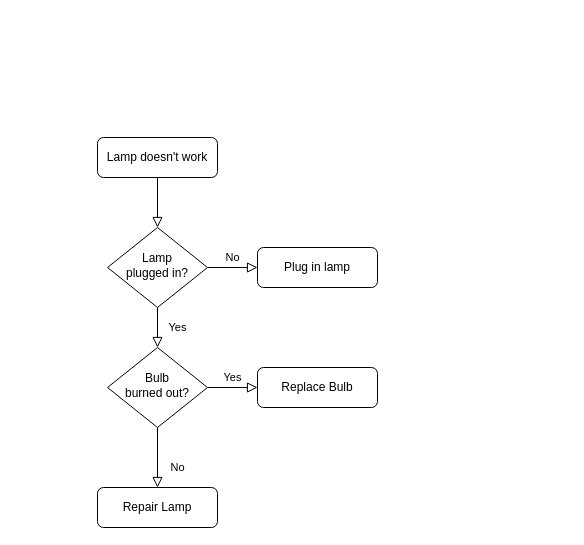
Earlier version of the draw.io diagram Planowanie.drawio (Robinxon/Planowanie-Android). Source tidied: cells renumbered, new cells numbered last; positions are measured from the earlier drawing's top-left corner, leaving out a move shared by most shapes. Both pictures are drawn from the tidied source at 100%, with x=0, y=0 at pixel (97, 137).
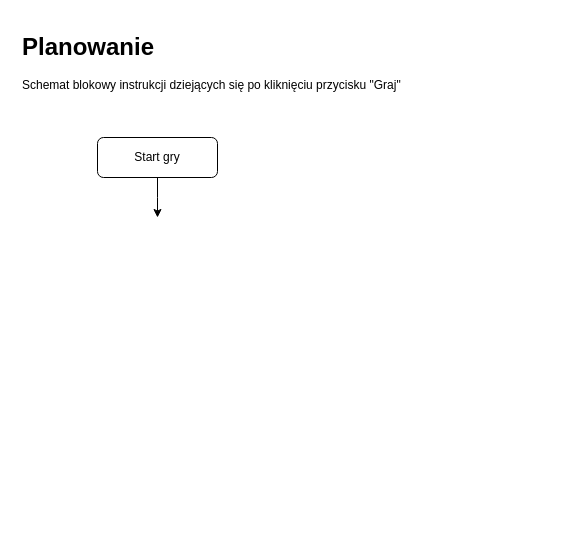
The same diagram, later.

What changed in the source:
```diff
@@
 <mxGraphModel>
   <root>
     <mxCell id="0" />
     <mxCell id="1" parent="0" />
-    <mxCell id="2" style="rounded=0;html=1;jettySize=auto;fontSize=11;endArrow=block;endFill=0;endSize=8;strokeWidth=1;shadow=0;labelBackgroundColor=none;edgeStyle=orthogonalEdgeStyle;" parent="1" edge="1" source="3" target="6">
-      <mxGeometry relative="1" as="geometry" />
-    </mxCell>
+    <mxCell id="13" style="edgeStyle=orthogonalEdgeStyle;rounded=0;jettySize=auto;html=1;exitX=0.5;exitY=1;exitDx=0;exitDy=0;entryX=0.5;entryY=0;entryDx=0;entryDy=0;" parent="1" edge="1" source="3">
+      <mxGeometry relative="1" as="geometry">
+        <mxPoint x="60" y="80" as="targetPoint" />
+      </mxGeometry>
+    </mxCell>
-    <mxCell id="3" value="Lamp doesn't work" style="rounded=1;whiteSpace=wrap;html=1;fontSize=12;glass=0;strokeWidth=1;shadow=0;" parent="1" vertex="1">
+    <mxCell id="3" value="Start gry" style="rounded=1;whiteSpace=wrap;html=1;fontSize=12;glass=0;strokeWidth=1;shadow=0;" parent="1" vertex="1">
       <mxGeometry width="120" height="40" as="geometry" />
     </mxCell>
-    <mxCell id="4" value="Yes" style="rounded=0;html=1;jettySize=auto;fontSize=11;endArrow=block;endFill=0;endSize=8;strokeWidth=1;shadow=0;labelBackgroundColor=none;edgeStyle=orthogonalEdgeStyle;" parent="1" edge="1" source="6" target="10">
-      <mxGeometry y="20" relative="1" as="geometry" />
-    </mxCell>
-    <mxCell id="5" value="No" style="edgeStyle=orthogonalEdgeStyle;rounded=0;html=1;jettySize=auto;fontSize=11;endArrow=block;endFill=0;endSize=8;strokeWidth=1;shadow=0;labelBackgroundColor=none;" parent="1" edge="1" source="6" target="7">
-      <mxGeometry y="10" relative="1" as="geometry" />
-    </mxCell>
-    <mxCell id="6" value="Lamp&lt;br&gt;plugged in?" style="rhombus;whiteSpace=wrap;html=1;shadow=0;fontFamily=Helvetica;fontSize=12;align=center;strokeWidth=1;spacing=6;spacingTop=-4;" parent="1" vertex="1">
-      <mxGeometry x="10" y="90" width="100" height="80" as="geometry" />
-    </mxCell>
-    <mxCell id="7" value="Plug in lamp" style="rounded=1;whiteSpace=wrap;html=1;fontSize=12;glass=0;strokeWidth=1;shadow=0;" parent="1" vertex="1">
-      <mxGeometry x="160" y="110" width="120" height="40" as="geometry" />
-    </mxCell>
-    <mxCell id="8" value="No" style="rounded=0;html=1;jettySize=auto;fontSize=11;endArrow=block;endFill=0;endSize=8;strokeWidth=1;shadow=0;labelBackgroundColor=none;edgeStyle=orthogonalEdgeStyle;" parent="1" edge="1" source="10" target="11">
-      <mxGeometry x="0.33" y="20" relative="1" as="geometry" />
-    </mxCell>
-    <mxCell id="9" value="Yes" style="edgeStyle=orthogonalEdgeStyle;rounded=0;html=1;jettySize=auto;fontSize=11;endArrow=block;endFill=0;endSize=8;strokeWidth=1;shadow=0;labelBackgroundColor=none;" parent="1" edge="1" source="10" target="12">
-      <mxGeometry y="10" relative="1" as="geometry" />
-    </mxCell>
-    <mxCell id="10" value="Bulb&lt;br&gt;burned out?" style="rhombus;whiteSpace=wrap;html=1;shadow=0;fontFamily=Helvetica;fontSize=12;align=center;strokeWidth=1;spacing=6;spacingTop=-4;" parent="1" vertex="1">
-      <mxGeometry x="10" y="210" width="100" height="80" as="geometry" />
-    </mxCell>
-    <mxCell id="11" value="Repair Lamp" style="rounded=1;whiteSpace=wrap;html=1;fontSize=12;glass=0;strokeWidth=1;shadow=0;" parent="1" vertex="1">
-      <mxGeometry y="350" width="120" height="40" as="geometry" />
-    </mxCell>
-    <mxCell id="12" value="Replace Bulb" style="rounded=1;whiteSpace=wrap;html=1;fontSize=12;glass=0;strokeWidth=1;shadow=0;" parent="1" vertex="1">
-      <mxGeometry x="160" y="230" width="120" height="40" as="geometry" />
-    </mxCell>
+    <mxCell id="14" value="&lt;h1&gt;Planowanie&lt;/h1&gt;&lt;p&gt;Schemat blokowy instrukcji dziejących się po kliknięciu przycisku &quot;Graj&quot;&lt;br&gt;&lt;/p&gt;" style="text;html=1;strokeColor=none;fillColor=none;spacing=5;spacingTop=-20;whiteSpace=wrap;overflow=hidden;rounded=0;" parent="1" vertex="1">
+      <mxGeometry x="-80" y="-110" width="550" height="70" as="geometry" />
+    </mxCell>
   </root>
 </mxGraphModel>
```
